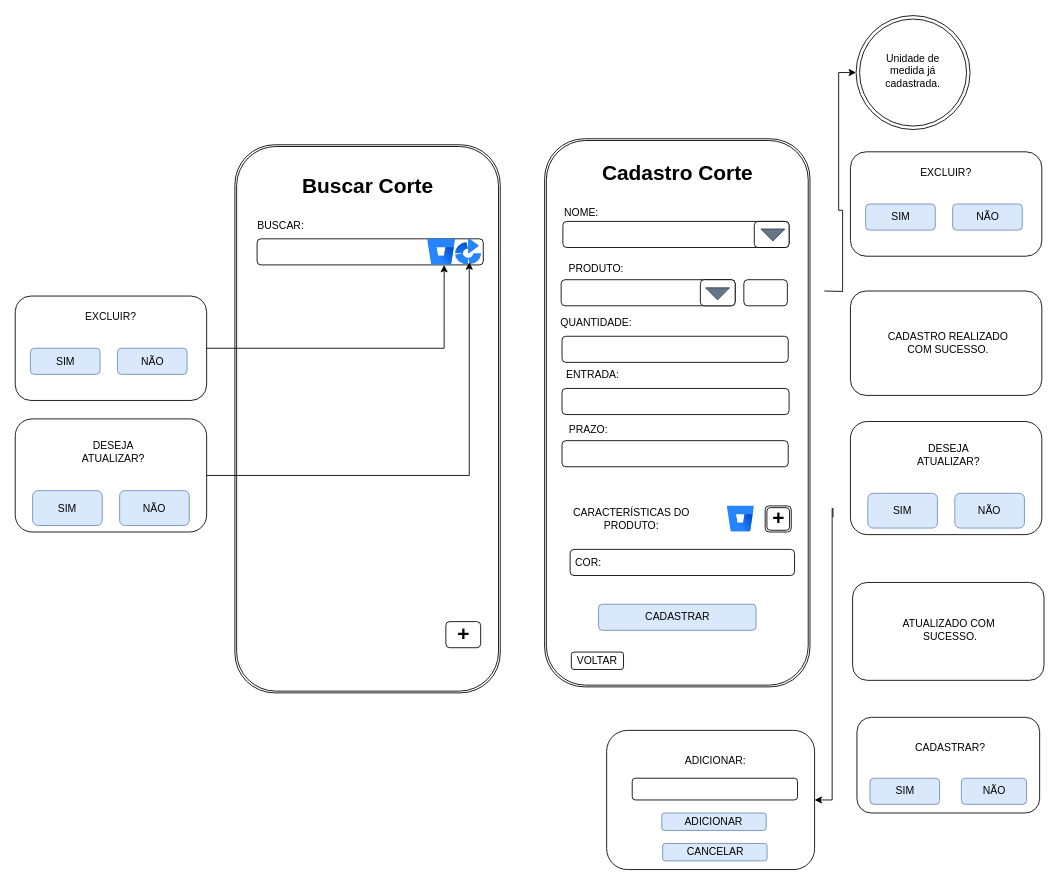
This is page "Página-8" (9 of 14) of DOC/tela.drawio from rafaelareisilva/avatar.app, a draw.io file, before an edit. Source tidied: cells renumbered, new cells numbered last; positions are measured from the earlier drawing's top-left corner, leaving out a move shared by most shapes. Both pictures are drawn from the tidied source at 87%, with x=0, y=0 at pixel (15, 15).
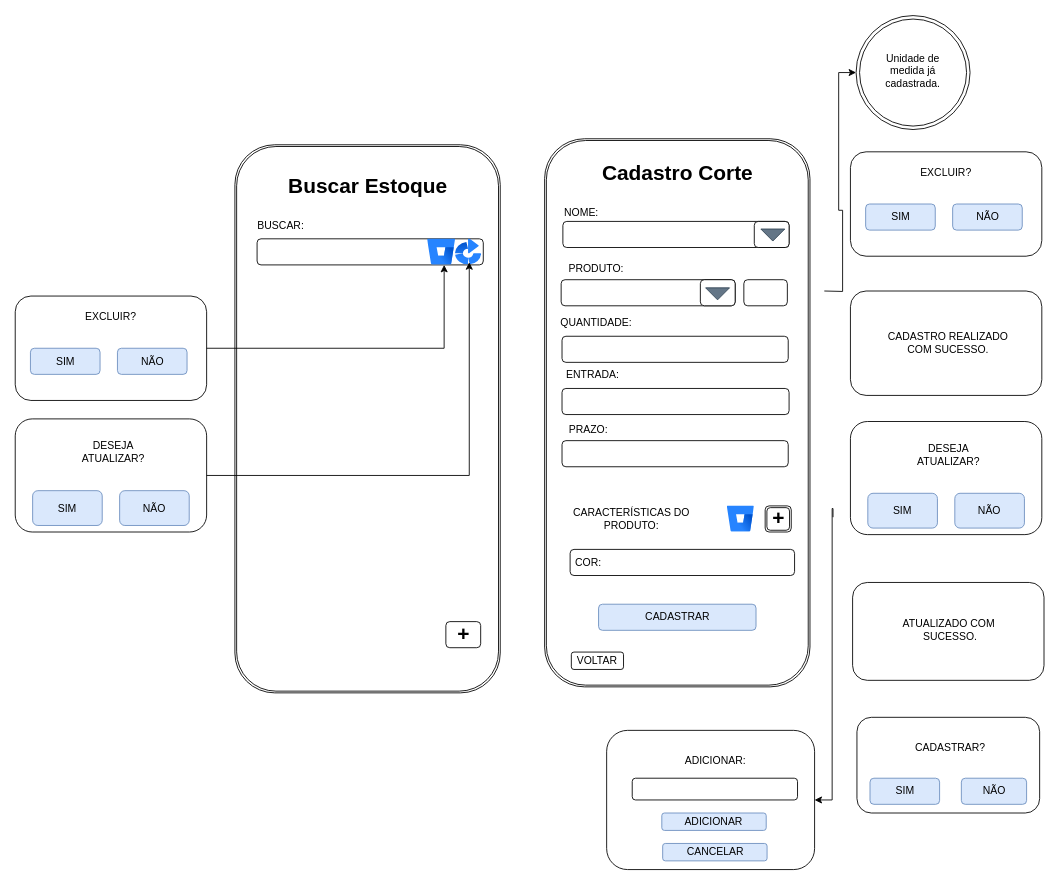
The same page after the edit.

Diff of the diagram source:
```diff
@@
-    <mxCell id="72" value="Buscar Corte" style="text;strokeColor=none;fillColor=none;html=1;fontSize=24;fontStyle=1;verticalAlign=middle;align=center;" parent="1" vertex="1">
+    <mxCell id="72" value="Buscar Estoque" style="text;strokeColor=none;fillColor=none;html=1;fontSize=24;fontStyle=1;verticalAlign=middle;align=center;" parent="1" vertex="1">
       <mxGeometry x="350.5" y="177" width="109" height="40" as="geometry" />
     </mxCell>
```
